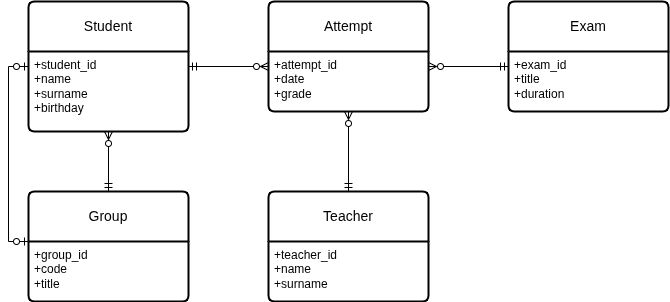
The draw.io diagram reports/images/conceptual_crow.png in vodobryshkin/db-guides, before a commit. Source tidied: cells renumbered, new cells last; positions are measured from the earlier drawing's top-left corner, leaving out a move shared by most shapes.
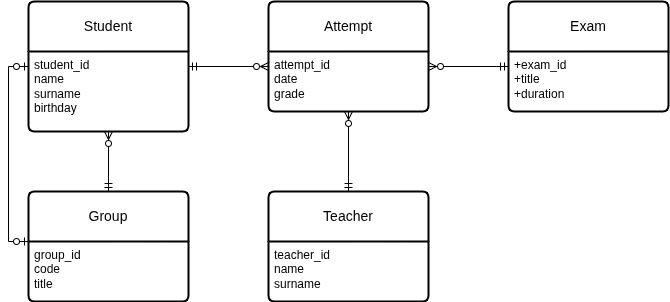
After the commit.

What changed in the source:
```diff
@@ -5,19 +5,19 @@
     <mxCell id="2" value="Teacher" style="swimlane;horizontal=1;startSize=50;rounded=1;fontSize=14;fontStyle=0;strokeWidth=2;shadow=0;dashed=0;align=center;arcSize=4;whiteSpace=wrap;html=1;" parent="1" vertex="1">
       <mxGeometry x="260" y="190" width="160" height="110" as="geometry" />
     </mxCell>
-    <mxCell id="3" value="+teacher_id&lt;br&gt;+name&lt;br&gt;+surname" style="align=left;strokeColor=none;fillColor=none;spacingLeft=4;fontSize=12;verticalAlign=top;html=1;" parent="2" vertex="1">
+    <mxCell id="3" value="teacher_id&lt;br&gt;name&lt;br&gt;surname" style="align=left;strokeColor=none;fillColor=none;spacingLeft=4;fontSize=12;verticalAlign=top;html=1;" parent="2" vertex="1">
       <mxGeometry y="50" width="160" height="60" as="geometry" />
     </mxCell>
     <mxCell id="4" value="Group" style="swimlane;horizontal=1;startSize=50;rounded=1;fontSize=14;fontStyle=0;strokeWidth=2;shadow=0;dashed=0;align=center;arcSize=4;whiteSpace=wrap;html=1;" parent="1" vertex="1">
       <mxGeometry x="20" y="190" width="160" height="110" as="geometry" />
     </mxCell>
-    <mxCell id="5" value="+group_id&lt;br&gt;+code&lt;br&gt;+title" style="align=left;strokeColor=none;fillColor=none;spacingLeft=4;fontSize=12;verticalAlign=top;html=1;" parent="4" vertex="1">
+    <mxCell id="5" value="group_id&lt;br&gt;code&lt;br&gt;title" style="align=left;strokeColor=none;fillColor=none;spacingLeft=4;fontSize=12;verticalAlign=top;html=1;" parent="4" vertex="1">
       <mxGeometry y="50" width="160" height="60" as="geometry" />
     </mxCell>
     <mxCell id="6" value="Attempt" style="swimlane;horizontal=1;startSize=50;rounded=1;fontSize=14;fontStyle=0;strokeWidth=2;shadow=0;dashed=0;align=center;arcSize=4;whiteSpace=wrap;html=1;" parent="1" vertex="1">
       <mxGeometry x="260" width="160" height="110" as="geometry" />
     </mxCell>
-    <mxCell id="7" value="+attempt_id&lt;br&gt;+date&lt;br&gt;+grade" style="align=left;strokeColor=none;fillColor=none;spacingLeft=4;fontSize=12;verticalAlign=top;html=1;" parent="6" vertex="1">
+    <mxCell id="7" value="attempt_id&lt;br&gt;date&lt;br&gt;grade" style="align=left;strokeColor=none;fillColor=none;spacingLeft=4;fontSize=12;verticalAlign=top;html=1;" parent="6" vertex="1">
       <mxGeometry y="50" width="160" height="60" as="geometry" />
     </mxCell>
     <mxCell id="8" style="edgeStyle=orthogonalEdgeStyle;rounded=0;jettySize=auto;html=1;entryX=0;entryY=0.25;entryDx=0;entryDy=0;endArrow=ERzeroToMany;endFill=0;startArrow=ERmandOne;startFill=0;" parent="1" edge="1" source="9" target="7">
@@ -26,7 +26,7 @@
     <mxCell id="9" value="Student" style="swimlane;horizontal=1;startSize=50;rounded=1;fontSize=14;fontStyle=0;strokeWidth=2;shadow=0;dashed=0;align=center;arcSize=4;whiteSpace=wrap;html=1;" parent="1" vertex="1">
       <mxGeometry x="20" width="160" height="130" as="geometry" />
     </mxCell>
-    <mxCell id="10" value="+student_id&lt;br&gt;+name&lt;br&gt;+surname&lt;br&gt;+birthday" style="align=left;strokeColor=none;fillColor=none;spacingLeft=4;fontSize=12;verticalAlign=top;html=1;" parent="9" vertex="1">
+    <mxCell id="10" value="student_id&lt;br&gt;name&lt;br&gt;surname&lt;br&gt;birthday" style="align=left;strokeColor=none;fillColor=none;spacingLeft=4;fontSize=12;verticalAlign=top;html=1;" parent="9" vertex="1">
       <mxGeometry y="50" width="160" height="80" as="geometry" />
     </mxCell>
     <mxCell id="11" value="Exam" style="swimlane;horizontal=1;startSize=50;rounded=1;fontSize=14;fontStyle=0;strokeWidth=2;shadow=0;dashed=0;align=center;arcSize=4;whiteSpace=wrap;html=1;" parent="1" vertex="1">
```
